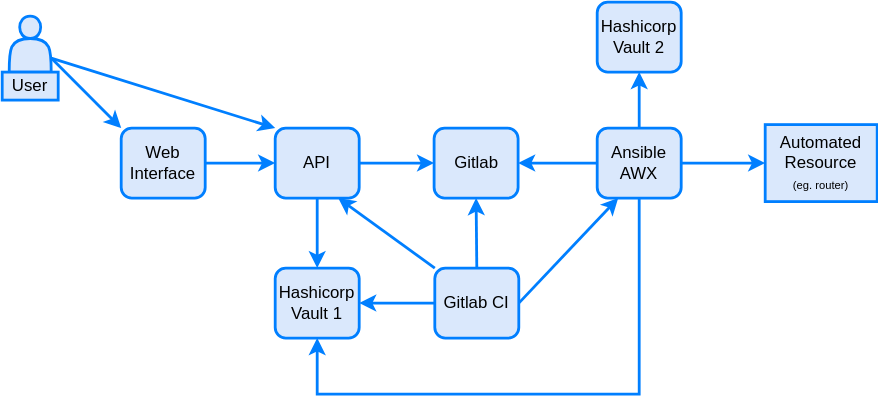
Earlier version of the draw.io export blog/2021-12-01-automation-1/img/architecture_dark.svg (liviozanol/liviozanol.github.io). Source tidied: cells renumbered, new cells last; positions are measured from the earlier drawing's top-left corner, leaving out a move shared by most shapes.
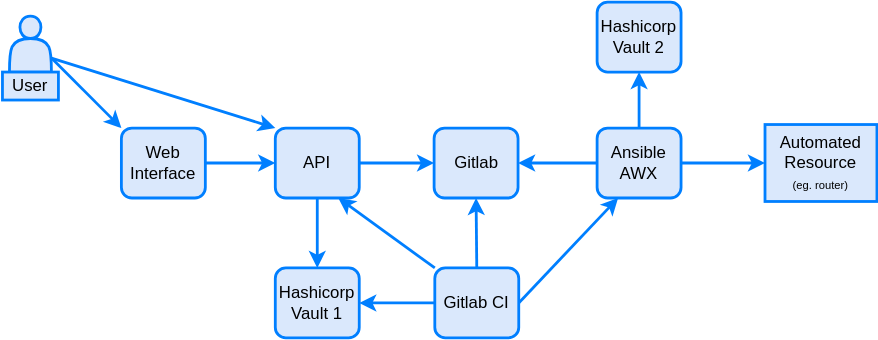
The same file after the commit.

What changed in the source:
```diff
@@ -11,7 +11,7 @@
     <mxCell id="4" style="edgeStyle=none;rounded=0;jettySize=auto;html=1;exitX=1;exitY=0.5;exitDx=0;exitDy=0;entryX=0;entryY=0.5;entryDx=0;entryDy=0;startArrow=none;startFill=0;fillColor=#dae8fc;strokeColor=#007FFF;strokeWidth=2;" parent="1" edge="1" source="6" target="8">
       <mxGeometry relative="1" as="geometry" />
     </mxCell>
-    <mxCell id="5" style="edgeStyle=none;rounded=0;jettySize=auto;html=1;exitX=0.5;exitY=1;exitDx=0;exitDy=0;entryX=0.5;entryY=0;entryDx=0;entryDy=0;fontSize=8;startArrow=none;startFill=0;endArrow=classic;endFill=1;fillColor=#dae8fc;strokeColor=#007FFF;strokeWidth=2;" parent="1" edge="1" source="6" target="24">
+    <mxCell id="5" style="edgeStyle=none;rounded=0;jettySize=auto;html=1;exitX=0.5;exitY=1;exitDx=0;exitDy=0;entryX=0.5;entryY=0;entryDx=0;entryDy=0;fontSize=8;startArrow=none;startFill=0;endArrow=classic;endFill=1;fillColor=#dae8fc;strokeColor=#007FFF;strokeWidth=2;" parent="1" edge="1" source="6" target="23">
       <mxGeometry relative="1" as="geometry" />
     </mxCell>
     <mxCell id="6" value="API" style="rounded=1;whiteSpace=wrap;html=1;fillColor=#dae8fc;strokeColor=#007FFF;strokeWidth=2;" parent="1" vertex="1">
@@ -23,10 +23,10 @@
     <mxCell id="8" value="Gitlab" style="rounded=1;whiteSpace=wrap;html=1;fillColor=#dae8fc;strokeColor=#007FFF;strokeWidth=2;" parent="1" vertex="1">
       <mxGeometry x="308.5" y="90" width="60" height="50" as="geometry" />
     </mxCell>
-    <mxCell id="9" style="edgeStyle=none;rounded=0;jettySize=auto;html=1;exitX=1;exitY=0.5;exitDx=0;exitDy=0;entryX=0.25;entryY=1;entryDx=0;entryDy=0;startArrow=none;startFill=0;endArrow=classic;endFill=1;fillColor=#dae8fc;strokeColor=#007FFF;strokeWidth=2;" parent="1" edge="1" source="12" target="17">
+    <mxCell id="9" style="edgeStyle=none;rounded=0;jettySize=auto;html=1;exitX=1;exitY=0.5;exitDx=0;exitDy=0;entryX=0.25;entryY=1;entryDx=0;entryDy=0;startArrow=none;startFill=0;endArrow=classic;endFill=1;fillColor=#dae8fc;strokeColor=#007FFF;strokeWidth=2;" parent="1" edge="1" source="12" target="16">
       <mxGeometry relative="1" as="geometry" />
     </mxCell>
-    <mxCell id="10" style="edgeStyle=none;rounded=0;jettySize=auto;html=1;exitX=0;exitY=0.5;exitDx=0;exitDy=0;entryX=1;entryY=0.5;entryDx=0;entryDy=0;fontSize=8;startArrow=none;startFill=0;endArrow=classic;endFill=1;fillColor=#dae8fc;strokeColor=#007FFF;strokeWidth=2;" parent="1" edge="1" source="12" target="24">
+    <mxCell id="10" style="edgeStyle=none;rounded=0;jettySize=auto;html=1;exitX=0;exitY=0.5;exitDx=0;exitDy=0;entryX=1;entryY=0.5;entryDx=0;entryDy=0;fontSize=8;startArrow=none;startFill=0;endArrow=classic;endFill=1;fillColor=#dae8fc;strokeColor=#007FFF;strokeWidth=2;" parent="1" edge="1" source="12" target="23">
       <mxGeometry relative="1" as="geometry" />
     </mxCell>
     <mxCell id="11" style="rounded=0;jettySize=auto;html=1;exitX=0;exitY=0;exitDx=0;exitDy=0;entryX=0.75;entryY=1;entryDx=0;entryDy=0;startArrow=none;startFill=0;fillColor=#dae8fc;strokeColor=#007FFF;strokeWidth=2;" parent="1" edge="1" source="12" target="6">
@@ -35,46 +35,38 @@
     <mxCell id="12" value="Gitlab CI" style="rounded=1;whiteSpace=wrap;html=1;fillColor=#dae8fc;strokeColor=#007FFF;strokeWidth=2;" parent="1" vertex="1">
       <mxGeometry x="309" y="190" width="60" height="50" as="geometry" />
     </mxCell>
-    <mxCell id="13" style="edgeStyle=none;rounded=0;jettySize=auto;html=1;exitX=0.5;exitY=0;exitDx=0;exitDy=0;entryX=0.5;entryY=1;entryDx=0;entryDy=0;startArrow=none;startFill=0;endArrow=classic;endFill=1;fillColor=#dae8fc;strokeColor=#007FFF;strokeWidth=2;" parent="1" edge="1" source="17" target="18">
+    <mxCell id="13" style="edgeStyle=none;rounded=0;jettySize=auto;html=1;exitX=0.5;exitY=0;exitDx=0;exitDy=0;entryX=0.5;entryY=1;entryDx=0;entryDy=0;startArrow=none;startFill=0;endArrow=classic;endFill=1;fillColor=#dae8fc;strokeColor=#007FFF;strokeWidth=2;" parent="1" edge="1" source="16" target="17">
       <mxGeometry relative="1" as="geometry" />
     </mxCell>
-    <mxCell id="14" style="edgeStyle=none;rounded=0;jettySize=auto;html=1;exitX=1;exitY=0.5;exitDx=0;exitDy=0;entryX=0;entryY=0.5;entryDx=0;entryDy=0;startArrow=none;startFill=0;endArrow=classic;endFill=1;fillColor=#dae8fc;strokeColor=#007FFF;strokeWidth=2;" parent="1" edge="1" source="17" target="22">
+    <mxCell id="14" style="edgeStyle=none;rounded=0;jettySize=auto;html=1;exitX=1;exitY=0.5;exitDx=0;exitDy=0;entryX=0;entryY=0.5;entryDx=0;entryDy=0;startArrow=none;startFill=0;endArrow=classic;endFill=1;fillColor=#dae8fc;strokeColor=#007FFF;strokeWidth=2;" parent="1" edge="1" source="16" target="21">
       <mxGeometry relative="1" as="geometry" />
     </mxCell>
-    <mxCell id="15" style="edgeStyle=none;rounded=0;jettySize=auto;html=1;exitX=0;exitY=0.5;exitDx=0;exitDy=0;entryX=1;entryY=0.5;entryDx=0;entryDy=0;startArrow=none;startFill=0;endArrow=classic;endFill=1;fillColor=#dae8fc;strokeColor=#007FFF;strokeWidth=2;" parent="1" edge="1" source="17" target="8">
+    <mxCell id="15" style="edgeStyle=none;rounded=0;jettySize=auto;html=1;exitX=0;exitY=0.5;exitDx=0;exitDy=0;entryX=1;entryY=0.5;entryDx=0;entryDy=0;startArrow=none;startFill=0;endArrow=classic;endFill=1;fillColor=#dae8fc;strokeColor=#007FFF;strokeWidth=2;" parent="1" edge="1" source="16" target="8">
       <mxGeometry relative="1" as="geometry" />
     </mxCell>
-    <mxCell id="16" style="edgeStyle=orthogonalEdgeStyle;rounded=0;jettySize=auto;html=1;exitX=0.5;exitY=1;exitDx=0;exitDy=0;entryX=0.5;entryY=1;entryDx=0;entryDy=0;startArrow=none;startFill=0;endArrow=classic;endFill=1;fillColor=#dae8fc;strokeColor=#007FFF;strokeWidth=2;" parent="1" edge="1" source="17" target="24">
-      <mxGeometry relative="1" as="geometry">
-        <Array as="points">
-          <mxPoint x="455" y="280" />
-          <mxPoint x="225" y="280" />
-        </Array>
-      </mxGeometry>
+    <mxCell id="16" value="Ansible&lt;br&gt;AWX" style="rounded=1;whiteSpace=wrap;html=1;fillColor=#dae8fc;strokeColor=#007FFF;strokeWidth=2;" parent="1" vertex="1">
+      <mxGeometry x="425" y="90" width="60" height="50" as="geometry" />
     </mxCell>
-    <mxCell id="17" value="Ansible&lt;br&gt;AWX" style="rounded=1;whiteSpace=wrap;html=1;fillColor=#dae8fc;strokeColor=#007FFF;strokeWidth=2;" parent="1" vertex="1">
-      <mxGeometry x="425" y="90" width="60" height="50" as="geometry" />
+    <mxCell id="17" value="Hashicorp&lt;br&gt;Vault 2" style="rounded=1;whiteSpace=wrap;html=1;fillColor=#dae8fc;strokeColor=#007FFF;strokeWidth=2;" parent="1" vertex="1">
+      <mxGeometry x="425" width="60" height="50" as="geometry" />
     </mxCell>
-    <mxCell id="18" value="Hashicorp&lt;br&gt;Vault 2" style="rounded=1;whiteSpace=wrap;html=1;fillColor=#dae8fc;strokeColor=#007FFF;strokeWidth=2;" parent="1" vertex="1">
-      <mxGeometry x="425" width="60" height="50" as="geometry" />
+    <mxCell id="18" style="rounded=0;jettySize=auto;html=1;exitX=1;exitY=0.75;exitDx=0;exitDy=0;entryX=0;entryY=0;entryDx=0;entryDy=0;fillColor=#dae8fc;strokeColor=#007FFF;strokeWidth=2;" parent="1" edge="1" source="20" target="3">
+      <mxGeometry relative="1" as="geometry" />
     </mxCell>
-    <mxCell id="19" style="rounded=0;jettySize=auto;html=1;exitX=1;exitY=0.75;exitDx=0;exitDy=0;entryX=0;entryY=0;entryDx=0;entryDy=0;fillColor=#dae8fc;strokeColor=#007FFF;strokeWidth=2;" parent="1" edge="1" source="21" target="3">
+    <mxCell id="19" style="edgeStyle=none;rounded=0;jettySize=auto;html=1;exitX=1;exitY=0.75;exitDx=0;exitDy=0;entryX=0;entryY=0;entryDx=0;entryDy=0;fillColor=#dae8fc;strokeColor=#007FFF;strokeWidth=2;" parent="1" edge="1" source="20" target="6">
       <mxGeometry relative="1" as="geometry" />
     </mxCell>
-    <mxCell id="20" style="edgeStyle=none;rounded=0;jettySize=auto;html=1;exitX=1;exitY=0.75;exitDx=0;exitDy=0;entryX=0;entryY=0;entryDx=0;entryDy=0;fillColor=#dae8fc;strokeColor=#007FFF;strokeWidth=2;" parent="1" edge="1" source="21" target="6">
-      <mxGeometry relative="1" as="geometry" />
+    <mxCell id="20" style="shape=actor;whiteSpace=wrap;html=1;fillColor=#dae8fc;strokeColor=#007FFF;strokeWidth=2;" parent="1" vertex="1">
+      <mxGeometry x="5" y="10" width="30" height="40" as="geometry" />
     </mxCell>
-    <mxCell id="21" style="shape=actor;whiteSpace=wrap;html=1;fillColor=#dae8fc;strokeColor=#007FFF;strokeWidth=2;" parent="1" vertex="1">
-      <mxGeometry x="5" y="10" width="30" height="40" as="geometry" />
+    <mxCell id="21" value="Automated&lt;br&gt;Resource&lt;br&gt;&lt;font style=&quot;font-size: 8px&quot;&gt;(eg. router)&lt;/font&gt;" style="rounded=0;whiteSpace=wrap;html=1;fillColor=#dae8fc;strokeColor=#007FFF;strokeWidth=2;" parent="1" vertex="1">
+      <mxGeometry x="545" y="87.5" width="80" height="55" as="geometry" />
     </mxCell>
-    <mxCell id="22" value="Automated&lt;br&gt;Resource&lt;br&gt;&lt;font style=&quot;font-size: 8px&quot;&gt;(eg. router)&lt;/font&gt;" style="rounded=0;whiteSpace=wrap;html=1;fillColor=#dae8fc;strokeColor=#007FFF;strokeWidth=2;" parent="1" vertex="1">
-      <mxGeometry x="545" y="87.5" width="80" height="55" as="geometry" />
+    <mxCell id="22" value="User" style="text;html=1;strokeColor=#007FFF;fillColor=#dae8fc;align=center;verticalAlign=middle;whiteSpace=wrap;rounded=0;strokeWidth=2;" parent="1" vertex="1">
+      <mxGeometry y="50" width="40" height="20" as="geometry" />
     </mxCell>
-    <mxCell id="23" value="User" style="text;html=1;strokeColor=#007FFF;fillColor=#dae8fc;align=center;verticalAlign=middle;whiteSpace=wrap;rounded=0;strokeWidth=2;" parent="1" vertex="1">
-      <mxGeometry y="50" width="40" height="20" as="geometry" />
+    <mxCell id="23" value="Hashicorp&lt;br&gt;Vault 1" style="rounded=1;whiteSpace=wrap;html=1;fillColor=#dae8fc;strokeColor=#007FFF;strokeWidth=2;" parent="1" vertex="1">
+      <mxGeometry x="195" y="190" width="60" height="50" as="geometry" />
     </mxCell>
-    <mxCell id="24" value="Hashicorp&lt;br&gt;Vault 1" style="rounded=1;whiteSpace=wrap;html=1;fillColor=#dae8fc;strokeColor=#007FFF;strokeWidth=2;" parent="1" vertex="1">
-      <mxGeometry x="195" y="190" width="60" height="50" as="geometry" />
-    </mxCell>
   </root>
 </mxGraphModel>
```
